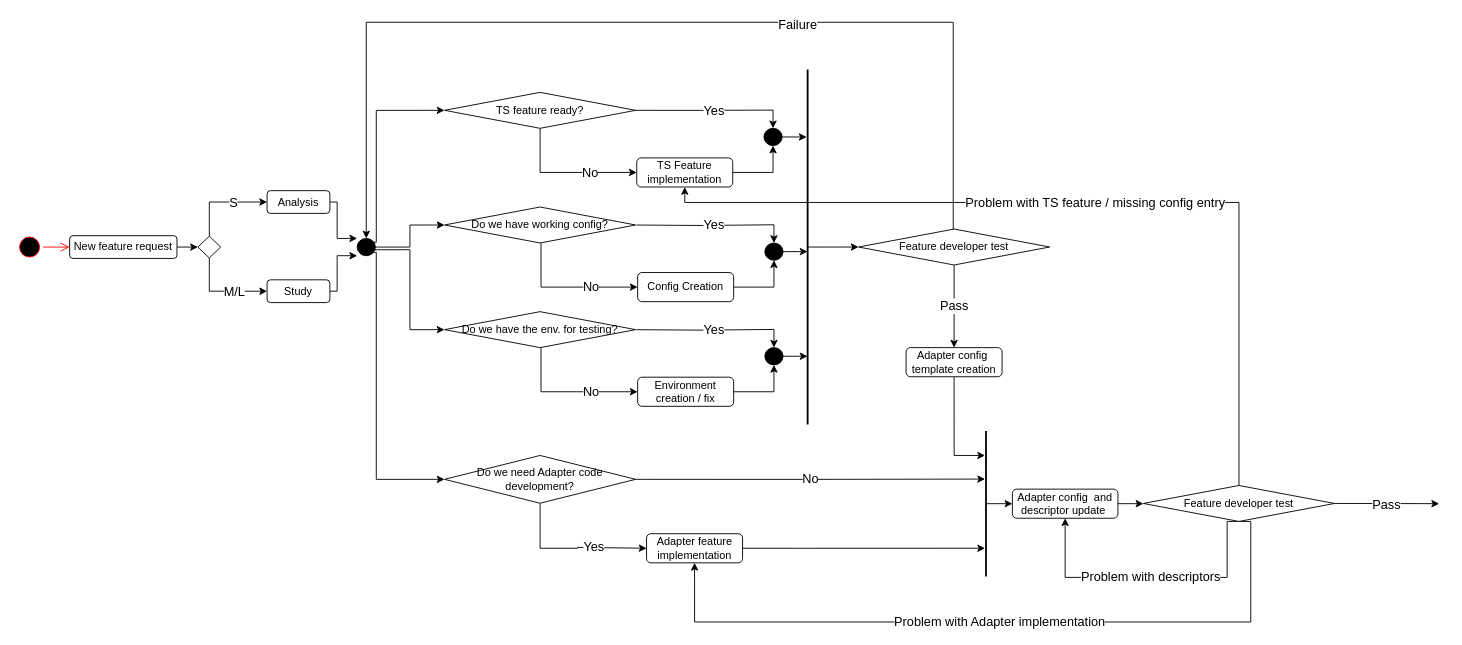
Above: aat_feat_dev.drawio in tamask1s/testrepo (draw.io), before the change. Source tidied: cells renumbered, new cells numbered last; positions are measured from the earlier drawing's top-left corner, leaving out a move shared by most shapes. Both pictures are drawn from the tidied source at 91%, with x=0, y=0 at pixel (15, 22).
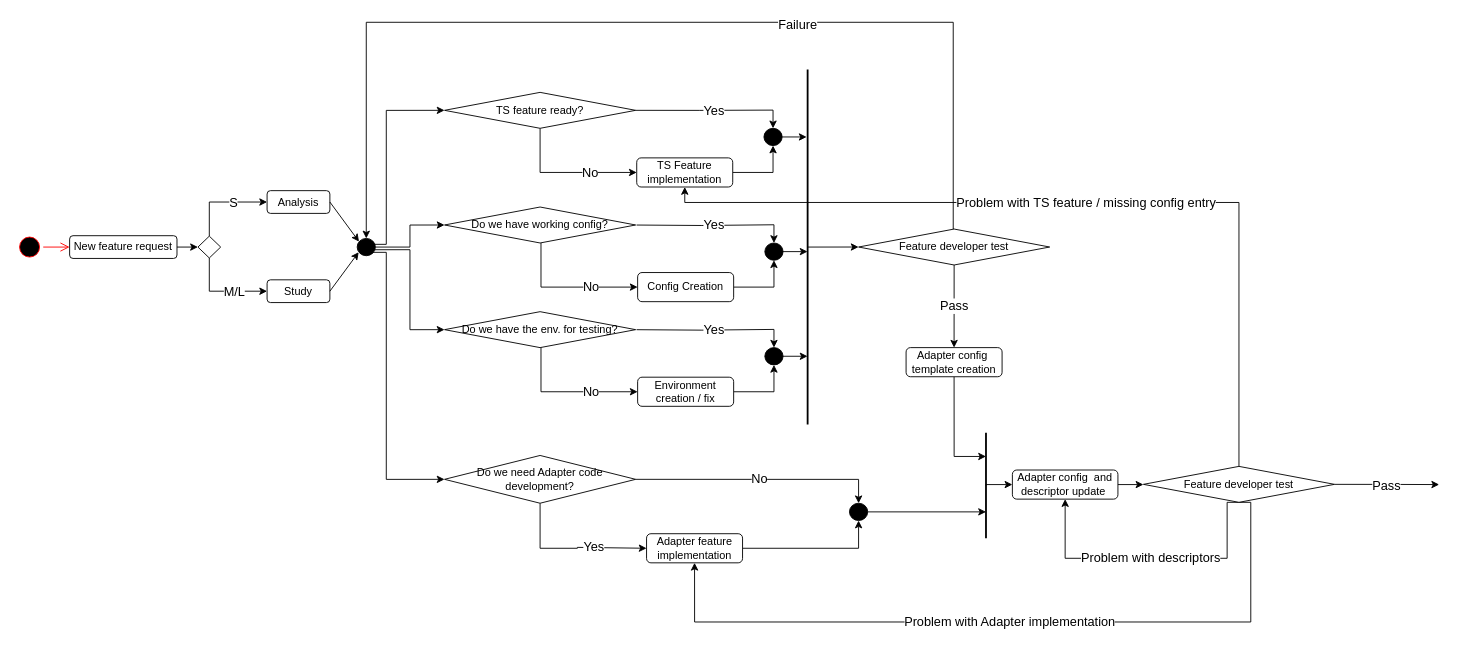
Above is the later version.

The change refers to these unchanged cells:
```xml
<mxCell id="7" value="Analysis" style="rounded=1;whiteSpace=wrap;html=1;" parent="1" vertex="1">
  <mxGeometry x="276" y="185" width="69" height="25" as="geometry" />
</mxCell>
<mxCell id="9" value="Study" style="rounded=1;whiteSpace=wrap;html=1;" parent="1" vertex="1">
  <mxGeometry x="276" y="283" width="69" height="25" as="geometry" />
</mxCell>
<mxCell id="18" value="TS feature ready?" style="rhombus;whiteSpace=wrap;html=1;" parent="1" vertex="1">
  <mxGeometry x="471" y="77" width="210" height="39.5" as="geometry" />
</mxCell>
<mxCell id="32" value="Adapter config&amp;nbsp; template creation" style="rounded=1;whiteSpace=wrap;html=1;" parent="1" vertex="1">
  <mxGeometry x="978.2" y="357.5" width="105.5" height="32" as="geometry" />
</mxCell>
<mxCell id="36" value="Do we need Adapter code development?" style="rhombus;whiteSpace=wrap;html=1;" parent="1" vertex="1">
  <mxGeometry x="471" y="476" width="210" height="52.5" as="geometry" />
</mxCell>
<mxCell id="38" value="Adapter feature implementation" style="rounded=1;whiteSpace=wrap;html=1;" parent="1" vertex="1">
  <mxGeometry x="693" y="562" width="105.5" height="32" as="geometry" />
</mxCell>
<mxCell id="48" style="shape=ellipse;html=1;fillColor=strokeColor;fontSize=18;fontColor=#ffffff;" parent="1" vertex="1">
  <mxGeometry x="375" y="237.5" width="20" height="19" as="geometry" />
</mxCell>
```

Change to the diagram source:
```diff
@@
-    <mxCell id="6" style="edgeStyle=orthogonalEdgeStyle;rounded=0;jettySize=auto;html=1;exitX=1;exitY=0.5;exitDx=0;exitDy=0;entryX=0;entryY=0;entryDx=0;entryDy=0;fontSize=14;" parent="1" edge="1" source="7" target="48">
-      <mxGeometry relative="1" as="geometry">
-        <Array as="points">
-          <mxPoint x="353" y="198" />
-          <mxPoint x="353" y="238" />
-        </Array>
-      </mxGeometry>
-    </mxCell>
@@
-    <mxCell id="8" style="edgeStyle=orthogonalEdgeStyle;rounded=0;jettySize=auto;html=1;exitX=1;exitY=0.5;exitDx=0;exitDy=0;entryX=0;entryY=1;entryDx=0;entryDy=0;fontSize=14;" parent="1" edge="1" source="9" target="48">
-      <mxGeometry relative="1" as="geometry">
-        <Array as="points">
-          <mxPoint x="353" y="296" />
-          <mxPoint x="353" y="257" />
-        </Array>
-      </mxGeometry>
-    </mxCell>
@@
     <mxCell id="15" style="edgeStyle=orthogonalEdgeStyle;rounded=0;jettySize=auto;html=1;entryX=0;entryY=0.5;entryDx=0;entryDy=0;exitX=0.892;exitY=0.223;exitDx=0;exitDy=0;exitPerimeter=0;" parent="1" edge="1" source="48" target="18">
       <mxGeometry relative="1" as="geometry">
         <Array as="points">
-          <mxPoint x="396" y="242" />
-          <mxPoint x="396" y="97" />
+          <mxPoint x="393" y="244" />
+          <mxPoint x="407" y="244" />
+          <mxPoint x="407" y="97" />
         </Array>
       </mxGeometry>
     </mxCell>
@@
-    <mxCell id="31" style="edgeStyle=orthogonalEdgeStyle;rounded=0;jettySize=auto;html=1;exitX=0.5;exitY=1;exitDx=0;exitDy=0;entryX=0.169;entryY=0.563;entryDx=0;entryDy=0;entryPerimeter=0;fontSize=14;" parent="1" edge="1" source="32" target="40">
+    <mxCell id="31" style="edgeStyle=orthogonalEdgeStyle;rounded=0;jettySize=auto;html=1;exitX=0.5;exitY=1;exitDx=0;exitDy=0;entryX=0.225;entryY=0.5;entryDx=0;entryDy=0;entryPerimeter=0;fontSize=14;" parent="1" edge="1" source="32" target="40">
       <mxGeometry relative="1" as="geometry">
         <Array as="points">
-          <mxPoint x="1031" y="476" />
+          <mxPoint x="1031" y="477" />
         </Array>
       </mxGeometry>
     </mxCell>
@@
     <mxCell id="33" style="edgeStyle=orthogonalEdgeStyle;rounded=0;jettySize=auto;html=1;exitX=0.856;exitY=0.805;exitDx=0;exitDy=0;entryX=0;entryY=0.5;entryDx=0;entryDy=0;fontSize=14;exitPerimeter=0;" parent="1" edge="1" source="48" target="36">
       <mxGeometry relative="1" as="geometry">
         <Array as="points">
-          <mxPoint x="396" y="253" />
-          <mxPoint x="396" y="502" />
+          <mxPoint x="407" y="253" />
+          <mxPoint x="407" y="502" />
         </Array>
       </mxGeometry>
     </mxCell>
-    <mxCell id="34" value="No" style="edgeStyle=orthogonalEdgeStyle;rounded=0;jettySize=auto;html=1;exitX=1;exitY=0.5;exitDx=0;exitDy=0;fontSize=14;entryX=0.331;entryY=0.563;entryDx=0;entryDy=0;entryPerimeter=0;" parent="1" edge="1" source="36" target="40">
+    <mxCell id="34" value="No" style="edgeStyle=orthogonalEdgeStyle;rounded=0;jettySize=auto;html=1;exitX=1;exitY=0.5;exitDx=0;exitDy=0;fontSize=14;entryX=0.5;entryY=0;entryDx=0;entryDy=0;" parent="1" edge="1" source="36" target="64">
       <mxGeometry relative="1" as="geometry" />
     </mxCell>
@@
-    <mxCell id="37" style="edgeStyle=orthogonalEdgeStyle;rounded=0;jettySize=auto;html=1;exitX=1;exitY=0.5;exitDx=0;exitDy=0;fontSize=14;entryX=0.806;entryY=0.563;entryDx=0;entryDy=0;entryPerimeter=0;" parent="1" edge="1" source="38" target="40">
+    <mxCell id="37" style="edgeStyle=orthogonalEdgeStyle;rounded=0;jettySize=auto;html=1;exitX=1;exitY=0.5;exitDx=0;exitDy=0;fontSize=14;entryX=0.5;entryY=1;entryDx=0;entryDy=0;" parent="1" edge="1" source="38" target="64">
       <mxGeometry relative="1" as="geometry" />
     </mxCell>
@@
     <mxCell id="39" style="edgeStyle=orthogonalEdgeStyle;rounded=0;jettySize=auto;html=1;exitX=0.5;exitY=0.5;exitDx=0;exitDy=0;exitPerimeter=0;entryX=0;entryY=0.5;entryDx=0;entryDy=0;fontSize=14;" parent="1" edge="1" source="40" target="41">
-      <mxGeometry relative="1" as="geometry" />
+      <mxGeometry relative="1" as="geometry">
+        <Array as="points">
+          <mxPoint x="1066" y="508" />
+        </Array>
+      </mxGeometry>
     </mxCell>
     <mxCell id="40" style="line;strokeWidth=2;direction=south;html=1;fontSize=14;" parent="1" vertex="1">
-      <mxGeometry x="1058" y="449" width="16" height="160" as="geometry" />
+      <mxGeometry x="1058" y="451" width="16" height="116" as="geometry" />
     </mxCell>
     <mxCell id="41" value="Adapter config&amp;nbsp; and descriptor update&amp;nbsp;" style="rounded=1;whiteSpace=wrap;html=1;" parent="1" vertex="1">
-      <mxGeometry x="1095" y="513" width="116" height="32" as="geometry" />
+      <mxGeometry x="1095" y="492" width="116" height="32" as="geometry" />
     </mxCell>
@@
     <mxCell id="43" value="Pass" style="edgeStyle=orthogonalEdgeStyle;rounded=0;jettySize=auto;html=1;exitX=1;exitY=0.5;exitDx=0;exitDy=0;fontSize=14;" parent="1" edge="1" source="47">
       <mxGeometry relative="1" as="geometry">
-        <mxPoint x="1564" y="529" as="targetPoint" />
+        <mxPoint x="1564" y="508" as="targetPoint" />
       </mxGeometry>
     </mxCell>
     <mxCell id="44" value="Problem with Adapter implementation" style="edgeStyle=orthogonalEdgeStyle;rounded=0;jettySize=auto;html=1;exitX=0.5;exitY=1;exitDx=0;exitDy=0;fontSize=14;entryX=0.5;entryY=1;entryDx=0;entryDy=0;" parent="1" edge="1" source="47" target="38">
       <mxGeometry relative="1" as="geometry">
         <Array as="points">
-          <mxPoint x="1357" y="548" />
+          <mxPoint x="1357" y="528" />
           <mxPoint x="1357" y="659" />
           <mxPoint x="746" y="659" />
         </Array>
       </mxGeometry>
     </mxCell>
@@
     <mxCell id="46" value="Problem with descriptors" style="edgeStyle=orthogonalEdgeStyle;rounded=0;jettySize=auto;html=1;exitX=0.5;exitY=1;exitDx=0;exitDy=0;entryX=0.5;entryY=1;entryDx=0;entryDy=0;fontSize=14;" parent="1" edge="1" source="47" target="41">
       <mxGeometry relative="1" as="geometry">
         <Array as="points">
-          <mxPoint x="1331" y="548" />
-          <mxPoint x="1331" y="610" />
-          <mxPoint x="1153" y="610" />
+          <mxPoint x="1331" y="527" />
+          <mxPoint x="1331" y="589" />
+          <mxPoint x="1153" y="589" />
         </Array>
       </mxGeometry>
     </mxCell>
     <mxCell id="47" value="Feature developer test" style="rhombus;whiteSpace=wrap;html=1;" parent="1" vertex="1">
-      <mxGeometry x="1239" y="509" width="210" height="39.5" as="geometry" />
+      <mxGeometry x="1239" y="488" width="210" height="39.5" as="geometry" />
     </mxCell>
@@
+    <mxCell id="8" style="endArrow=classic;html=1;rounded=0;fontSize=14;exitX=1;exitY=0.5;exitDx=0;exitDy=0;entryX=0.082;entryY=0.797;entryDx=0;entryDy=0;entryPerimeter=0;" parent="1" edge="1" source="9" target="48">
+      <mxGeometry relative="1" as="geometry" />
+    </mxCell>
+    <mxCell id="6" style="endArrow=classic;html=1;rounded=0;fontSize=14;exitX=1;exitY=0.5;exitDx=0;exitDy=0;entryX=0.1;entryY=0.184;entryDx=0;entryDy=0;entryPerimeter=0;" parent="1" edge="1" source="7" target="48">
+      <mxGeometry relative="1" as="geometry" />
+    </mxCell>
+    <mxCell id="63" style="edgeStyle=orthogonalEdgeStyle;rounded=0;jettySize=auto;html=1;exitX=1;exitY=0.5;exitDx=0;exitDy=0;entryX=0.75;entryY=0.5;entryDx=0;entryDy=0;entryPerimeter=0;fontSize=14;" parent="1" edge="1" source="64" target="40">
+      <mxGeometry relative="1" as="geometry" />
+    </mxCell>
+    <mxCell id="64" style="shape=ellipse;html=1;fillColor=strokeColor;fontSize=18;fontColor=#ffffff;" parent="1" vertex="1">
+      <mxGeometry x="916" y="528.5" width="20" height="19" as="geometry" />
+    </mxCell>
```
